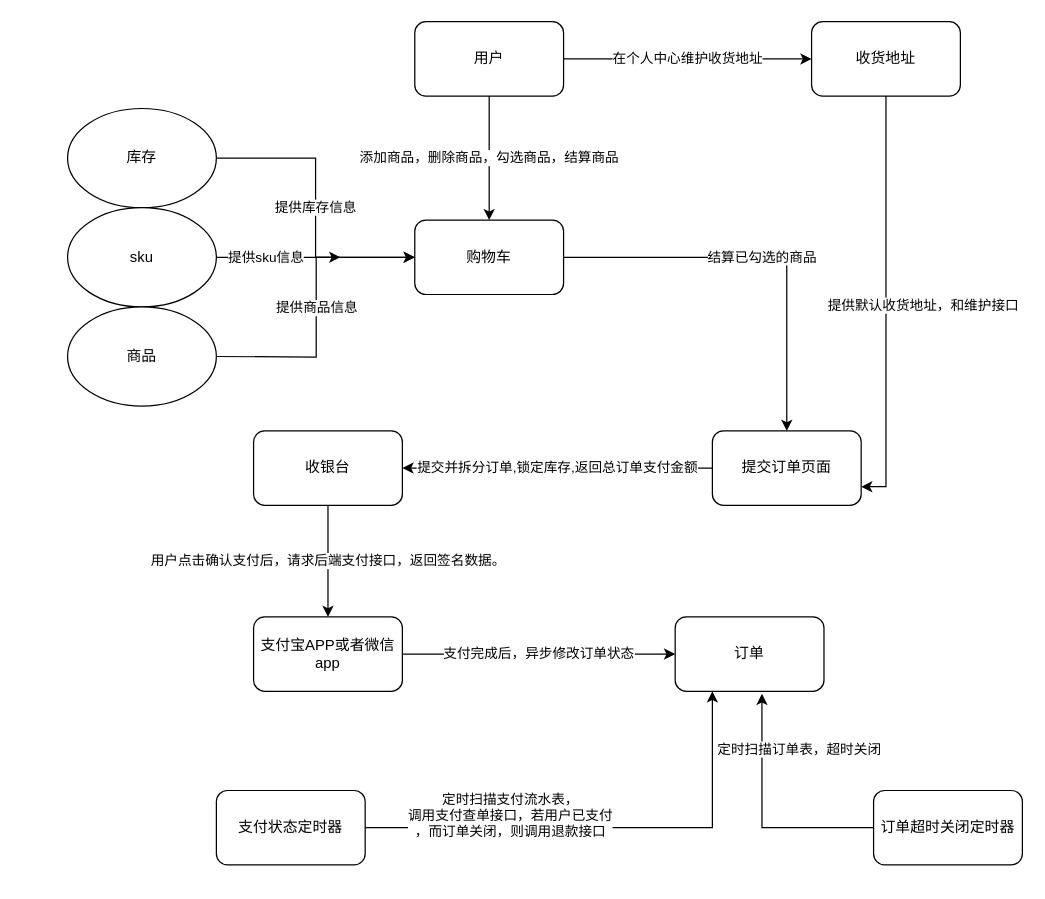
1363797161/fang keeps this draw.io diagram as 购物车业务.drawio. Above is the earlier version. Source tidied: cells renumbered, new cells numbered last; positions are measured from the earlier drawing's top-left corner, leaving out a move shared by most shapes. Both pictures are drawn from the tidied source at 124%, with x=0, y=0 at pixel (67, 21).
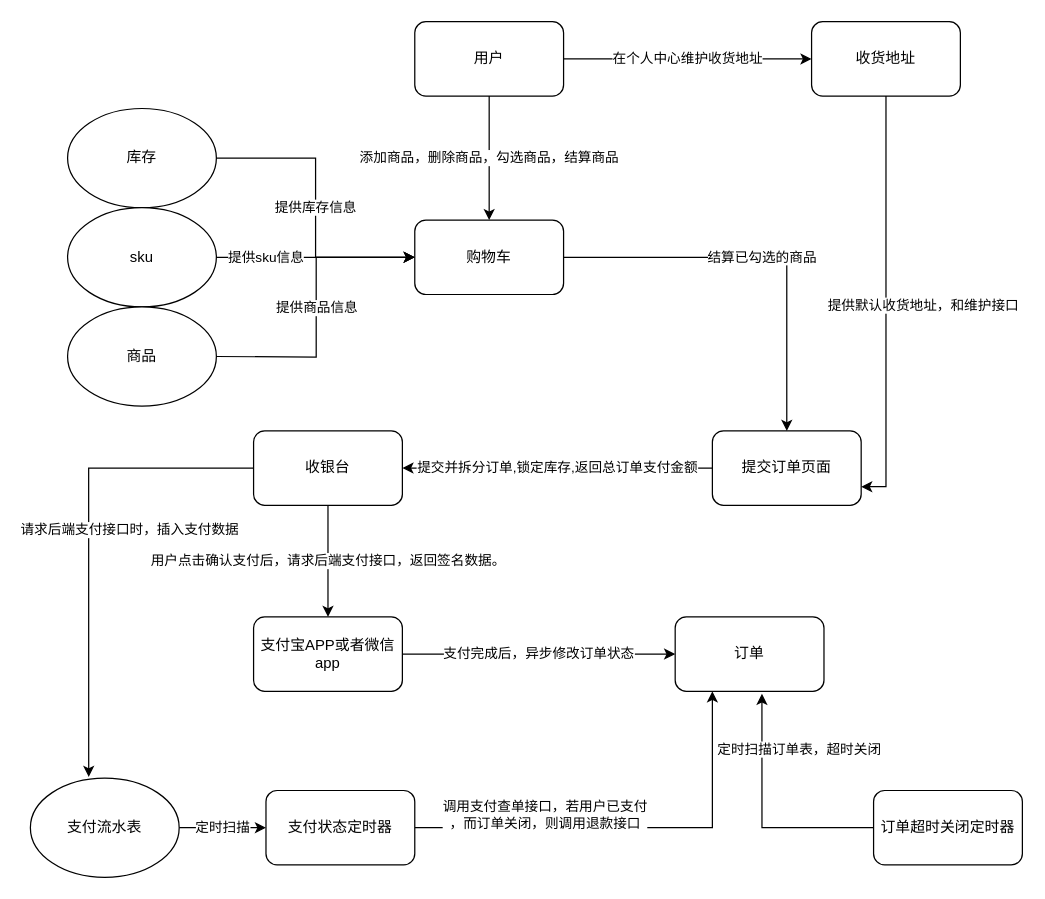
Above is the later version.

Commit message (it also covers changes not shown here):
更新购物车业务.drawio

The change refers to these unchanged cells:
```xml
<mxCell id="7" value="购物车" style="rounded=1;whiteSpace=wrap;html=1;" parent="1" vertex="1">
  <mxGeometry x="280" y="160" width="120" height="60" as="geometry" />
</mxCell>
<mxCell id="15" value="收银台" style="rounded=1;whiteSpace=wrap;html=1;" parent="1" vertex="1">
  <mxGeometry x="150" y="330" width="120" height="60" as="geometry" />
</mxCell>
<mxCell id="18" value="订单" style="rounded=1;whiteSpace=wrap;html=1;" parent="1" vertex="1">
  <mxGeometry x="490" y="480" width="120" height="60" as="geometry" />
</mxCell>
```

Change to the diagram source:
```diff
@@
-    <mxCell id="13" value="提供sku信息" style="edgeStyle=orthogonalEdgeStyle;rounded=0;orthogonalLoop=1;jettySize=auto;html=1;exitX=1;exitY=0.5;exitDx=0;exitDy=0;" parent="1" edge="1">
-      <mxGeometry x="-0.2" relative="1" as="geometry">
+    <mxCell id="13" value="提供sku信息" style="edgeStyle=orthogonalEdgeStyle;rounded=0;jettySize=auto;html=1;exitX=1;exitY=0.5;exitDx=0;exitDy=0;entryX=0;entryY=0.5;entryDx=0;entryDy=0;" parent="1" edge="1" target="7">
+      <mxGeometry x="-0.5" relative="1" as="geometry">
         <mxPoint x="120" y="190" as="sourcePoint" />
-        <mxPoint x="220" y="190" as="targetPoint" />
+        <Array as="points">
+          <mxPoint x="170" y="190" />
+          <mxPoint x="170" y="190" />
+        </Array>
       </mxGeometry>
     </mxCell>
@@
+    <mxCell id="26" value="请求后端支付接口时，插入支付数据" style="edgeStyle=orthogonalEdgeStyle;rounded=0;jettySize=auto;html=1;entryX=0.392;entryY=-0.012;entryDx=0;entryDy=0;entryPerimeter=0;" parent="1" edge="1" source="15" target="28">
+      <mxGeometry x="-0.04" y="33" relative="1" as="geometry">
+        <Array as="points">
+          <mxPoint x="17" y="360" />
+        </Array>
+      </mxGeometry>
+    </mxCell>
@@
-    <mxCell id="21" value="&lt;div&gt;定时扫描支付流水表，&lt;/div&gt;&lt;div&gt;调用支付查单接口，若用户已支付&lt;br&gt;&lt;/div&gt;，而订单关闭，则调用退款接口" style="edgeStyle=orthogonalEdgeStyle;rounded=0;jettySize=auto;html=1;exitX=1;exitY=0.5;exitDx=0;exitDy=0;entryX=0.25;entryY=1;entryDx=0;entryDy=0;" parent="1" edge="1" source="22" target="18">
+    <mxCell id="21" value="&lt;div&gt;调用支付查单接口，若用户已支付&lt;br&gt;&lt;/div&gt;，而订单关闭，则调用退款接口" style="edgeStyle=orthogonalEdgeStyle;rounded=0;jettySize=auto;html=1;exitX=1;exitY=0.5;exitDx=0;exitDy=0;entryX=0.25;entryY=1;entryDx=0;entryDy=0;" parent="1" edge="1" source="22" target="18">
       <mxGeometry x="-0.4" y="10" relative="1" as="geometry" />
     </mxCell>
     <mxCell id="22" value="支付状态定时器" style="rounded=1;whiteSpace=wrap;html=1;" parent="1" vertex="1">
-      <mxGeometry x="120" y="620" width="120" height="60" as="geometry" />
+      <mxGeometry x="160" y="620" width="120" height="60" as="geometry" />
     </mxCell>
@@
+    <mxCell id="27" value="定时扫描" style="edgeStyle=orthogonalEdgeStyle;rounded=0;jettySize=auto;html=1;exitX=1;exitY=0.5;exitDx=0;exitDy=0;entryX=0;entryY=0.5;entryDx=0;entryDy=0;" parent="1" edge="1" source="28" target="22">
+      <mxGeometry relative="1" as="geometry" />
+    </mxCell>
+    <mxCell id="28" value="支付流水表" style="ellipse;whiteSpace=wrap;html=1;" parent="1" vertex="1">
+      <mxGeometry x="-30" y="610" width="120" height="80" as="geometry" />
+    </mxCell>
```
